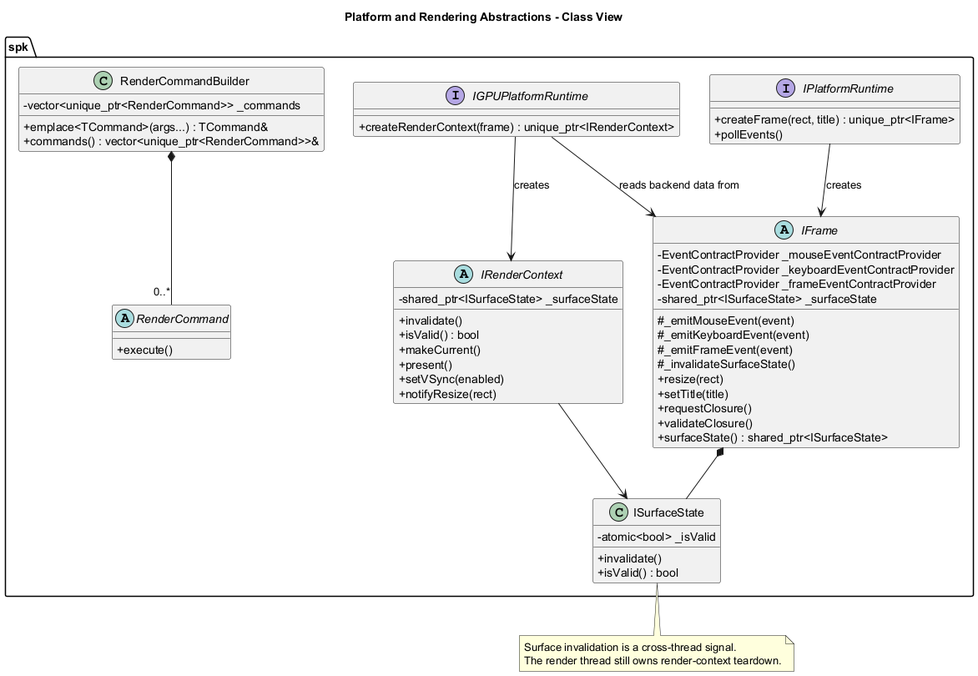
Earlier version of the PlantUML export documentation/architecture/diagrams/platform-rendering-class.png (Hyarius/Sparkle). The source it was exported from:
```plantuml
@startuml
title Platform and Rendering Abstractions - Class View

skinparam classAttributeIconSize 0

namespace spk {
	interface IPlatformRuntime {
		+ createFrame(rect, title) : unique_ptr<IFrame>
		+ pollEvents()
	}

	abstract class IFrame {
		- EventContractProvider _mouseEventContractProvider
		- EventContractProvider _keyboardEventContractProvider
		- EventContractProvider _frameEventContractProvider
		- shared_ptr<ISurfaceState> _surfaceState
		# _emitMouseEvent(event)
		# _emitKeyboardEvent(event)
		# _emitFrameEvent(event)
		# _invalidateSurfaceState()
		+ resize(rect)
		+ setTitle(title)
		+ requestClosure()
		+ validateClosure()
		+ surfaceState() : shared_ptr<ISurfaceState>
	}

	class ISurfaceState {
		- atomic<bool> _isValid
		+ invalidate()
		+ isValid() : bool
	}

	interface IGPUPlatformRuntime {
		+ createRenderContext(frame) : unique_ptr<IRenderContext>
	}

	abstract class IRenderContext {
		- shared_ptr<ISurfaceState> _surfaceState
		+ invalidate()
		+ isValid() : bool
		+ makeCurrent()
		+ present()
		+ setVSync(enabled)
		+ notifyResize(rect)
	}

	abstract class RenderCommand {
		+ execute()
	}

	class RenderCommandBuilder {
		- vector<unique_ptr<RenderCommand>> _commands
		+ emplace<TCommand>(args...) : TCommand&
		+ commands() : vector<unique_ptr<RenderCommand>>&
	}
}

spk.IPlatformRuntime --> spk.IFrame : creates
spk.IFrame *-- spk.ISurfaceState
spk.IGPUPlatformRuntime --> spk.IRenderContext : creates
spk.IGPUPlatformRuntime --> spk.IFrame : reads backend data from
spk.IRenderContext --> spk.ISurfaceState
spk.RenderCommandBuilder *-- "0..*" spk.RenderCommand

note bottom of spk.ISurfaceState
Surface invalidation is a cross-thread signal.
The render thread still owns render-context teardown.
end note

@enduml
```
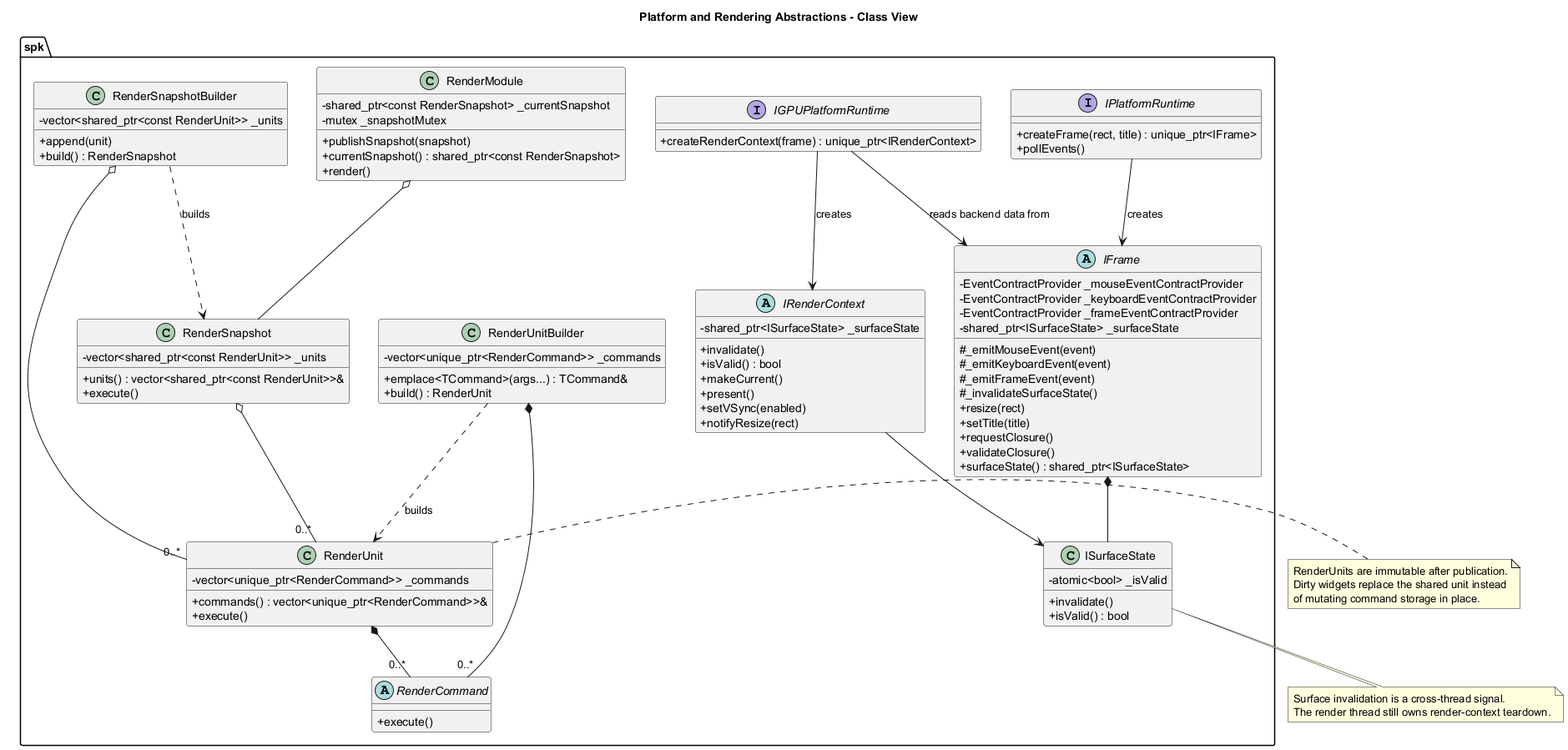
Later version of the same file.

What changed in the source:
```diff
@@ -49,10 +49,36 @@
 		+ execute()
 	}
 
-	class RenderCommandBuilder {
+	class RenderUnit {
+		- vector<unique_ptr<RenderCommand>> _commands
+		+ commands() : vector<unique_ptr<RenderCommand>>&
+		+ execute()
+	}
+
+	class RenderUnitBuilder {
 		- vector<unique_ptr<RenderCommand>> _commands
 		+ emplace<TCommand>(args...) : TCommand&
-		+ commands() : vector<unique_ptr<RenderCommand>>&
+		+ build() : RenderUnit
+	}
+
+	class RenderSnapshot {
+		- vector<shared_ptr<const RenderUnit>> _units
+		+ units() : vector<shared_ptr<const RenderUnit>>&
+		+ execute()
+	}
+
+	class RenderSnapshotBuilder {
+		- vector<shared_ptr<const RenderUnit>> _units
+		+ append(unit)
+		+ build() : RenderSnapshot
+	}
+
+	class RenderModule {
+		- shared_ptr<const RenderSnapshot> _currentSnapshot
+		- mutex _snapshotMutex
+		+ publishSnapshot(snapshot)
+		+ currentSnapshot() : shared_ptr<const RenderSnapshot>
+		+ render()
 	}
 }
 
@@ -61,11 +87,23 @@
 spk.IGPUPlatformRuntime --> spk.IRenderContext : creates
 spk.IGPUPlatformRuntime --> spk.IFrame : reads backend data from
 spk.IRenderContext --> spk.ISurfaceState
-spk.RenderCommandBuilder *-- "0..*" spk.RenderCommand
+spk.RenderUnit *-- "0..*" spk.RenderCommand
+spk.RenderUnitBuilder *-- "0..*" spk.RenderCommand
+spk.RenderUnitBuilder ..> spk.RenderUnit : builds
+spk.RenderSnapshot o-- "0..*" spk.RenderUnit
+spk.RenderSnapshotBuilder o-- "0..*" spk.RenderUnit
+spk.RenderSnapshotBuilder ..> spk.RenderSnapshot : builds
+spk.RenderModule o-- spk.RenderSnapshot
 
 note bottom of spk.ISurfaceState
 Surface invalidation is a cross-thread signal.
 The render thread still owns render-context teardown.
 end note
 
+note right of spk.RenderUnit
+RenderUnits are immutable after publication.
+Dirty widgets replace the shared unit instead
+of mutating command storage in place.
+end note
+
 @enduml
```
